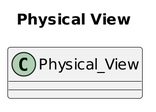
The PlantUML diagram design-analysis/Physical_View.png in austin-s970/OOP-Connect4, before a commit.
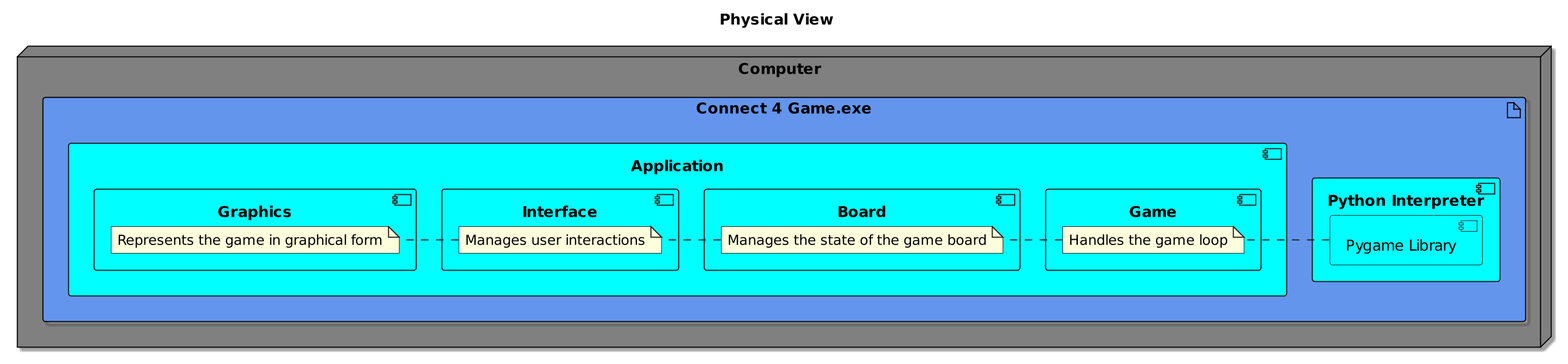
Later version of the same file.

Commit message:
design analysis update: physical view

The edit, as a diff of the source:
```diff
@@ -1,6 +1,44 @@
 @startuml
+title Physical View
 scale 2
-title "Physical View"
-class Physical_View {
+
+node "Computer" {
+    artifact "Connect 4 Game.exe" {
+        component "Python Interpreter" {
+            component "Pygame Library"
+        }
+        component "Application" {
+            skinparam ComponentBackgroundColor Aqua
+            component "Game" {
+                note right: Handles the game loop
+            }
+            component "Board" {
+                note right: Manages the state of the game board
+            }
+            component "Interface" {
+                note right: Manages user interactions
+            }
+            component "Graphics" {
+                note right: Represents the game in graphical form
+            }
+        }
+    }
+}
+
+skinparam componentStyle uml2
+skinparam rectangle {
+    BackgroundColor PaleGreen
+    BorderColor Black
+    Shadowing true
+}
+skinparam node {
+    BackgroundColor Grey
+    BorderColor Black
+    Shadowing true
+}
+skinparam artifact {
+    BackgroundColor CornflowerBlue
+    BorderColor Black
+    Shadowing true
 }
 @enduml
```
